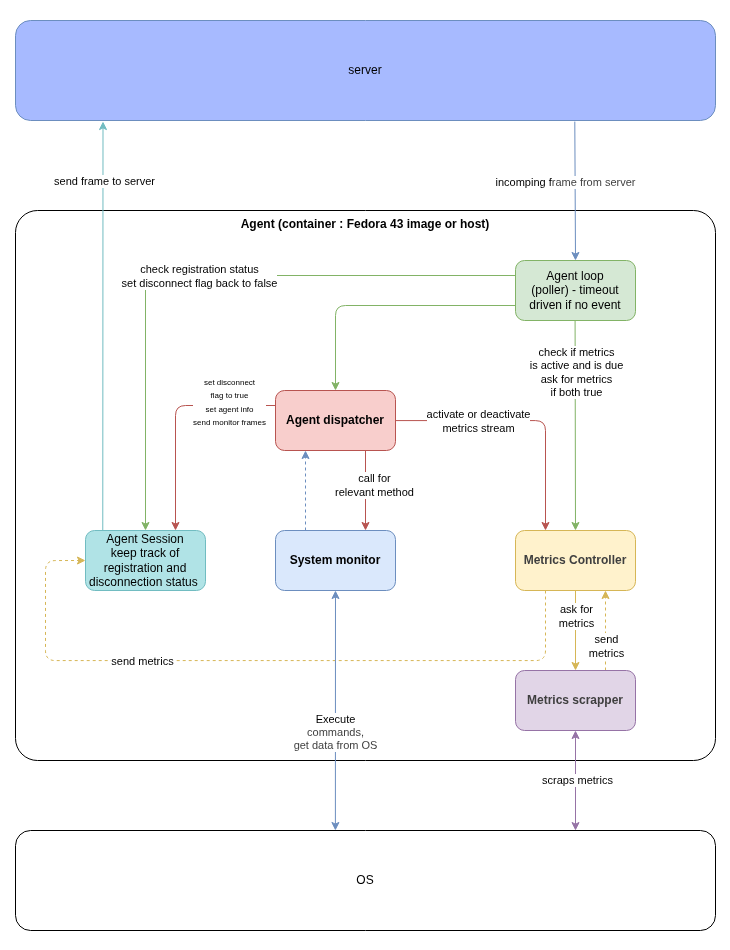
Earlier version of the draw.io export _docs/agent/agent_architecture.png (thibault-caron/inferno). Source tidied: cells renumbered, new cells last; positions are measured from the earlier drawing's top-left corner, leaving out a move shared by most shapes.
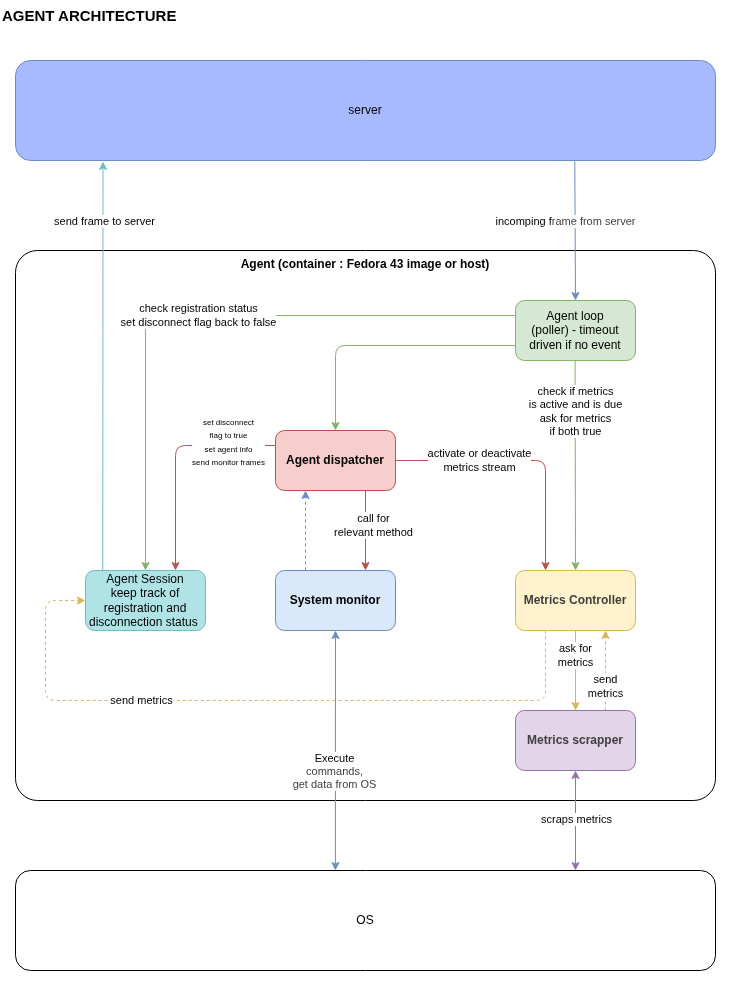
Later version of the same file.

Commit message:
docs: edit server and agent diagram to add their name

The edit, as a diff of the source:
```diff
@@ -140,5 +140,8 @@
         <mxPoint x="-3" y="50" as="offset" />
       </mxGeometry>
     </mxCell>
+    <mxCell id="38" value="&lt;span style=&quot;font-size: 15px;&quot;&gt;&lt;b&gt;AGENT ARCHITECTURE&lt;/b&gt;&lt;/span&gt;" style="text;html=1;align=left;verticalAlign=middle;strokeColor=none;fillColor=default;" parent="1" vertex="1">
+      <mxGeometry y="-40" width="200" height="30" as="geometry" />
+    </mxCell>
   </root>
 </mxGraphModel>
```
